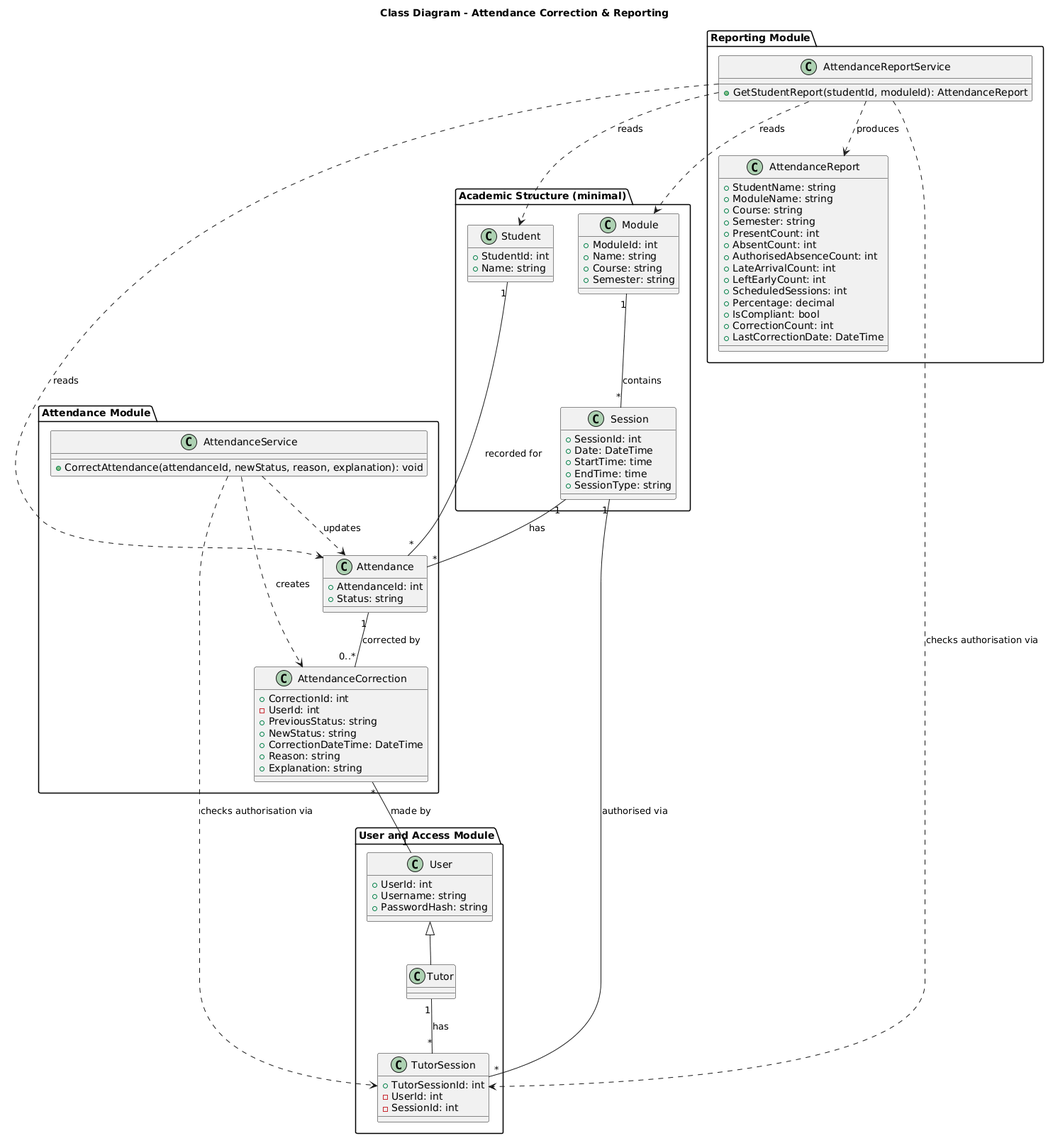
Earlier version of the PlantUML export out/diagrams/class-diagram/AttendanceMonitoringSystemClassDiagram.png (Shelly855/attendance-monitoring-copy).
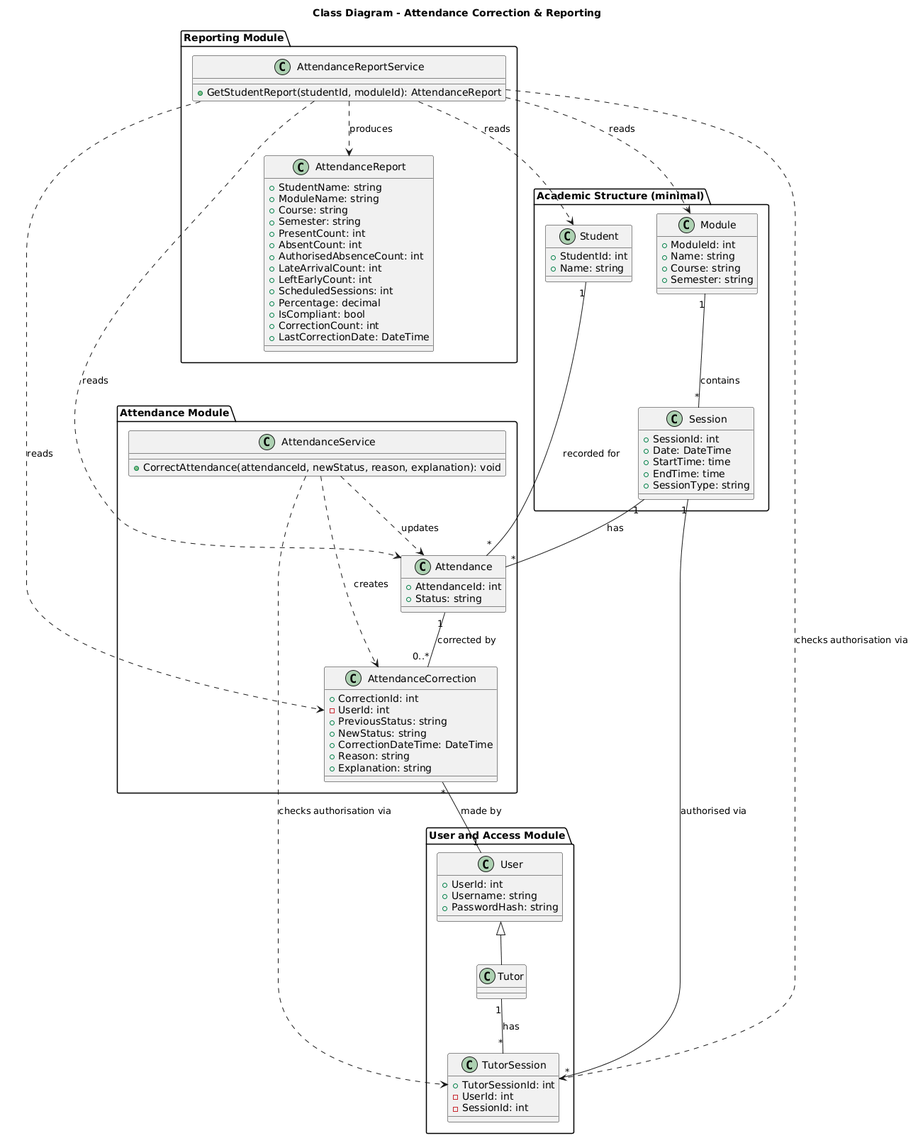
The same file after the commit.

Diff of the diagram source:
```diff
@@ -85,6 +85,7 @@
 Session "1" -- "*" TutorSession : authorised via
 AttendanceService ..> TutorSession : «checks authorisation via»
 AttendanceReportService ..> TutorSession : «checks authorisation via»
+AttendanceReportService ..> AttendanceCorrection : reads
 
 Session "1" -- "*" Attendance : has
 Student "1" -- "*" Attendance : recorded for
```
